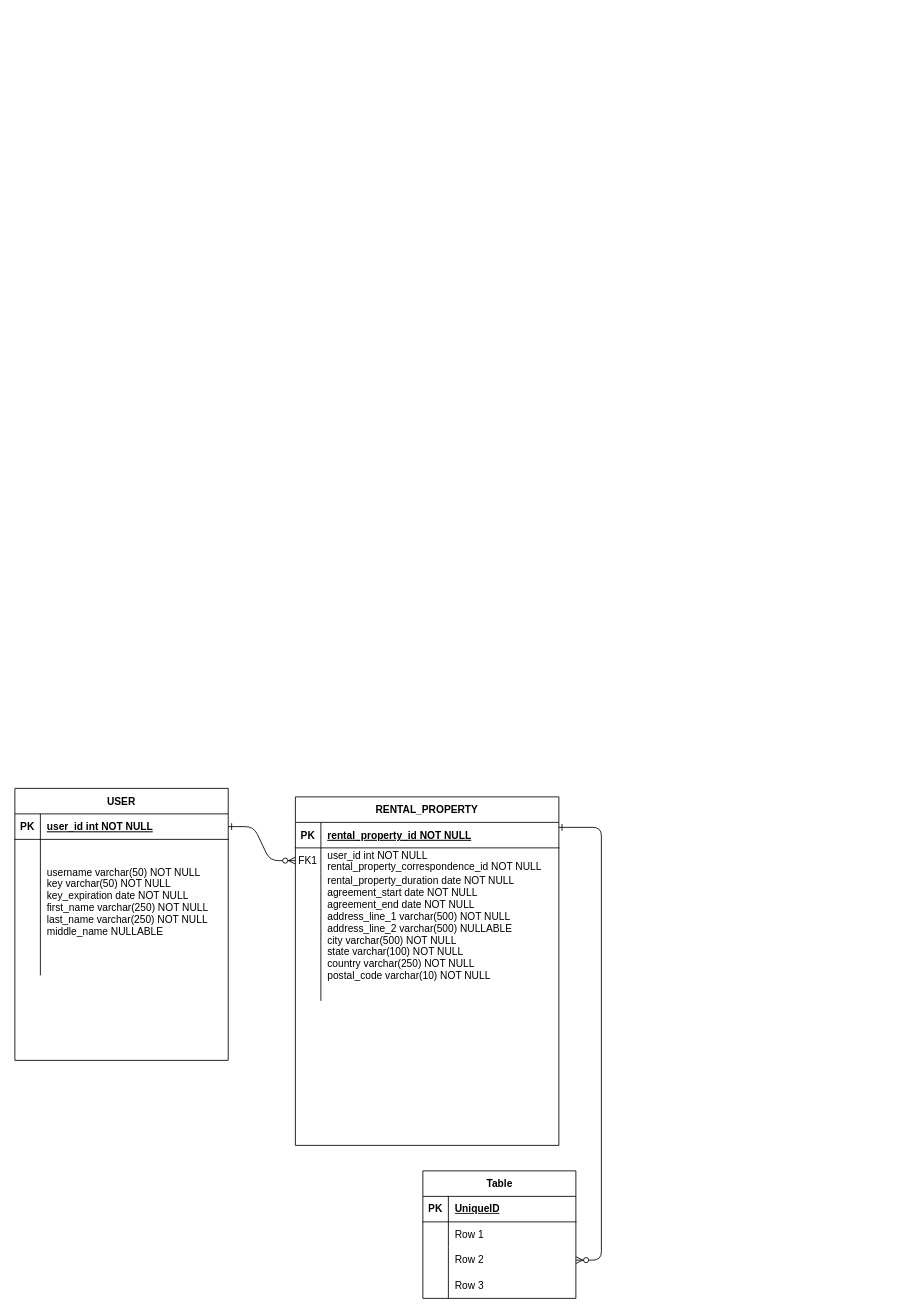
Earlier version of the draw.io diagram rental-a-place-database.drawio (VijayVaidnath/rental-app). Source tidied: cells renumbered, new cells numbered last; positions are measured from the earlier drawing's top-left corner, leaving out a move shared by most shapes. Both pictures are drawn from the tidied source at 85%, with x=0, y=0 at pixel (14, 788).
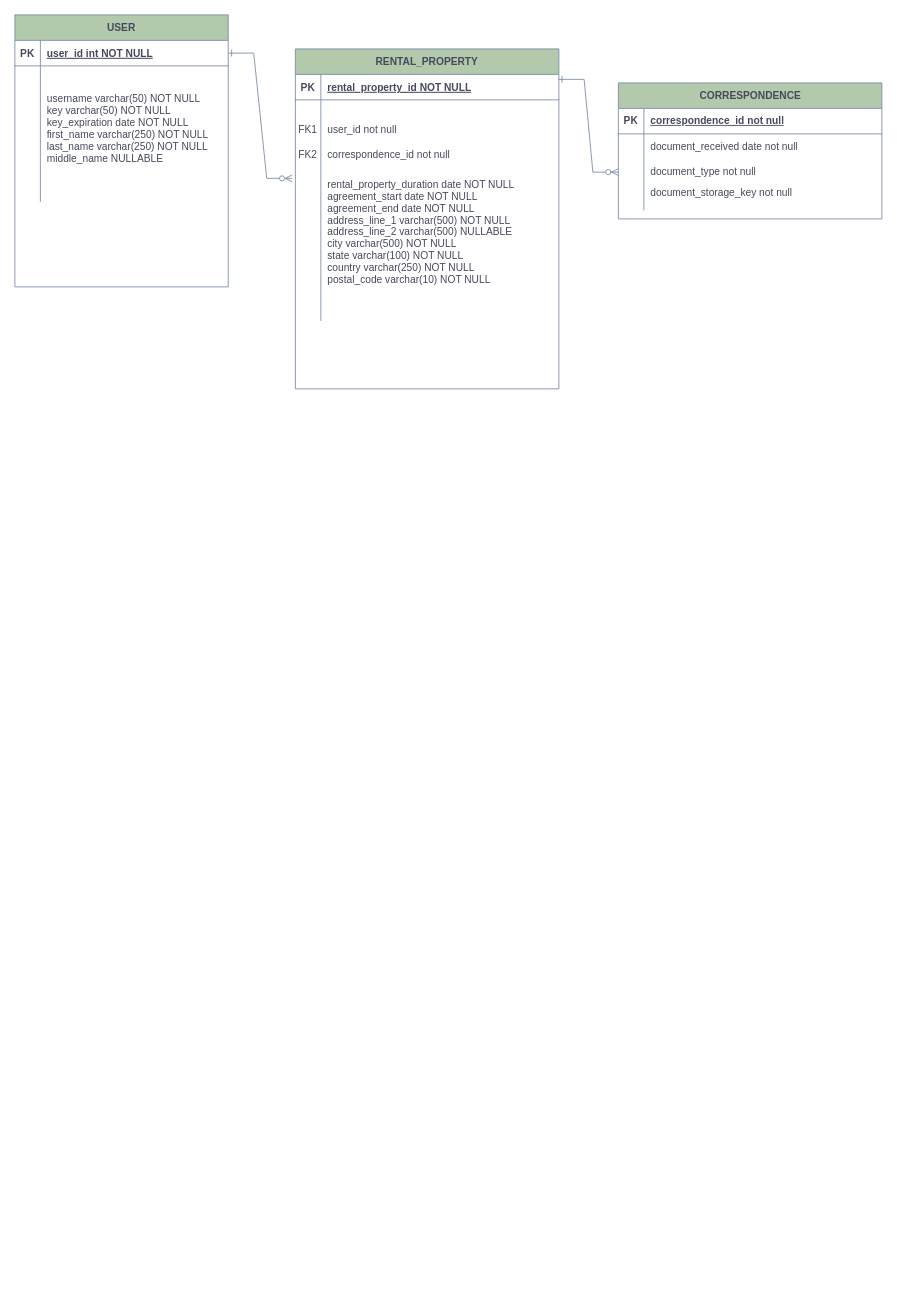
After the change.

What changed in the source:
```diff
@@
-    <mxCell id="2" style="edgeStyle=entityRelationEdgeStyle;endArrow=ERzeroToMany;startArrow=ERone;endFill=1;startFill=0;" parent="1" edge="1" source="14" target="7">
+    <mxCell id="2" style="edgeStyle=entityRelationEdgeStyle;endArrow=ERzeroToMany;startArrow=ERone;endFill=1;startFill=0;rounded=0;labelBackgroundColor=none;strokeColor=#788AA3;fontColor=default;entryX=-0.012;entryY=0.082;entryDx=0;entryDy=0;entryPerimeter=0;" parent="1" edge="1" source="14" target="10">
       <mxGeometry relative="1" as="geometry" />
     </mxCell>
-    <mxCell id="3" value="RENTAL_PROPERTY" style="shape=table;startSize=30;childLayout=tableLayout;rowLines=0;fontStyle=1;align=center;" parent="1" vertex="1">
-      <mxGeometry x="330" y="10" width="310" height="410" as="geometry" />
-    </mxCell>
-    <mxCell id="4" style="shape=partialRectangle;fillColor=none;points=[[0,0.5],[1,0.5]];portConstraint=eastwest;top=0;left=0;right=0;bottom=1;" parent="3" vertex="1">
-      <mxGeometry y="30" width="310" height="30" as="geometry" />
-    </mxCell>
-    <mxCell id="5" value="PK" style="shape=partialRectangle;overflow=hidden;fillColor=none;top=0;left=0;bottom=0;right=0;fontStyle=1;" parent="4" vertex="1">
-      <mxGeometry width="30" height="30" as="geometry" />
-    </mxCell>
-    <mxCell id="6" value="rental_property_id NOT NULL " style="shape=partialRectangle;overflow=hidden;fillColor=none;top=0;left=0;bottom=0;right=0;align=left;spacingLeft=6;fontStyle=5;" parent="4" vertex="1">
-      <mxGeometry x="30" width="280" height="30" as="geometry" />
-    </mxCell>
-    <mxCell id="7" style="shape=partialRectangle;fillColor=none;points=[[0,0.5],[1,0.5]];portConstraint=eastwest;top=0;left=0;right=0;bottom=0;" parent="3" vertex="1">
-      <mxGeometry y="60" width="310" height="30" as="geometry" />
-    </mxCell>
-    <mxCell id="8" value="FK1" style="shape=partialRectangle;overflow=hidden;fillColor=none;top=0;left=0;bottom=0;right=0;" parent="7" vertex="1">
-      <mxGeometry width="30" height="30" as="geometry" />
-    </mxCell>
-    <mxCell id="9" value="user_id int NOT NULL&#10;rental_property_correspondence_id NOT NULL" style="shape=partialRectangle;overflow=hidden;fillColor=none;top=0;left=0;bottom=0;right=0;align=left;spacingLeft=6;" parent="7" vertex="1">
-      <mxGeometry x="30" width="280" height="30" as="geometry" />
-    </mxCell>
-    <mxCell id="10" style="shape=partialRectangle;fillColor=none;points=[[0,0.5],[1,0.5]];portConstraint=eastwest;top=0;left=0;right=0;bottom=0;" parent="3" vertex="1">
-      <mxGeometry y="90" width="310" height="150" as="geometry" />
-    </mxCell>
-    <mxCell id="11" style="shape=partialRectangle;overflow=hidden;fillColor=none;top=0;left=0;bottom=0;right=0;" parent="10" vertex="1">
-      <mxGeometry width="30" height="150" as="geometry" />
-    </mxCell>
-    <mxCell id="12" value="rental_property_duration date NOT NULL&#10;agreement_start date NOT NULL&#10;agreement_end date NOT NULL&#10;address_line_1 varchar(500) NOT NULL&#10;address_line_2 varchar(500) NULLABLE&#10;city varchar(500) NOT NULL&#10;state varchar(100) NOT NULL&#10;country varchar(250) NOT NULL&#10;postal_code varchar(10) NOT NULL&#10;&#10;&#10;" style="shape=partialRectangle;overflow=hidden;fillColor=none;top=0;left=0;bottom=0;right=0;align=left;spacingLeft=6;" parent="10" vertex="1">
-      <mxGeometry x="30" width="280" height="150" as="geometry" />
-    </mxCell>
-    <mxCell id="13" value="USER" style="shape=table;startSize=30;childLayout=tableLayout;rowLines=0;fontStyle=1;align=center;" parent="1" vertex="1">
-      <mxGeometry width="251" height="320" as="geometry" />
+    <mxCell id="13" value="USER" style="shape=table;startSize=30;childLayout=tableLayout;rowLines=0;fontStyle=1;align=center;fillColor=#B2C9AB;strokeColor=#788AA3;swimlaneFillColor=default;rounded=0;labelBackgroundColor=none;fontColor=#46495D;" parent="1" vertex="1">
+      <mxGeometry y="-910" width="251" height="320" as="geometry" />
     </mxCell>
-    <mxCell id="14" style="shape=partialRectangle;fillColor=none;points=[[0,0.5],[1,0.5]];portConstraint=eastwest;top=0;left=0;right=0;bottom=1;" parent="13" vertex="1">
+    <mxCell id="14" style="shape=partialRectangle;fillColor=none;points=[[0,0.5],[1,0.5]];portConstraint=eastwest;top=0;left=0;right=0;bottom=1;rounded=0;labelBackgroundColor=none;strokeColor=#788AA3;fontColor=#46495D;" parent="13" vertex="1">
       <mxGeometry y="30" width="251" height="30" as="geometry" />
     </mxCell>
-    <mxCell id="15" value="PK" style="shape=partialRectangle;overflow=hidden;fillColor=none;top=0;left=0;bottom=0;right=0;fontStyle=1;" parent="14" vertex="1">
+    <mxCell id="15" value="PK" style="shape=partialRectangle;overflow=hidden;fillColor=none;top=0;left=0;bottom=0;right=0;fontStyle=1;rounded=0;labelBackgroundColor=none;strokeColor=#788AA3;fontColor=#46495D;" parent="14" vertex="1">
       <mxGeometry width="30" height="30" as="geometry" />
     </mxCell>
-    <mxCell id="16" value="user_id int NOT NULL " style="shape=partialRectangle;overflow=hidden;fillColor=none;top=0;left=0;bottom=0;right=0;align=left;spacingLeft=6;fontStyle=5;" parent="14" vertex="1">
+    <mxCell id="16" value="user_id int NOT NULL " style="shape=partialRectangle;overflow=hidden;fillColor=none;top=0;left=0;bottom=0;right=0;align=left;spacingLeft=6;fontStyle=5;rounded=0;labelBackgroundColor=none;strokeColor=#788AA3;fontColor=#46495D;" parent="14" vertex="1">
       <mxGeometry x="30" width="221" height="30" as="geometry" />
     </mxCell>
-    <mxCell id="17" style="shape=partialRectangle;fillColor=none;top=0;left=0;right=0;bottom=0;" parent="13" vertex="1">
+    <mxCell id="17" style="shape=partialRectangle;fillColor=none;top=0;left=0;right=0;bottom=0;rounded=0;labelBackgroundColor=none;strokeColor=#788AA3;fontColor=#46495D;" parent="13" vertex="1">
       <mxGeometry y="60" width="251" height="160" as="geometry" />
     </mxCell>
-    <mxCell id="18" style="shape=partialRectangle;overflow=hidden;fillColor=none;top=0;left=0;bottom=0;right=0;" parent="17" vertex="1">
+    <mxCell id="18" style="shape=partialRectangle;overflow=hidden;fillColor=none;top=0;left=0;bottom=0;right=0;rounded=0;labelBackgroundColor=none;strokeColor=#788AA3;fontColor=#46495D;" parent="17" vertex="1">
       <mxGeometry width="30" height="160" as="geometry" />
     </mxCell>
-    <mxCell id="19" value="username varchar(50) NOT NULL&#10;key varchar(50) NOT NULL&#10;key_expiration date NOT NULL&#10;first_name varchar(250) NOT NULL&#10;last_name varchar(250) NOT NULL&#10;middle_name NULLABLE&#10;" style="shape=partialRectangle;overflow=hidden;fillColor=none;top=0;left=0;bottom=0;right=0;align=left;spacingLeft=6;" parent="17" vertex="1">
+    <mxCell id="19" value="username varchar(50) NOT NULL&#10;key varchar(50) NOT NULL&#10;key_expiration date NOT NULL&#10;first_name varchar(250) NOT NULL&#10;last_name varchar(250) NOT NULL&#10;middle_name NULLABLE&#10;" style="shape=partialRectangle;overflow=hidden;fillColor=none;top=0;left=0;bottom=0;right=0;align=left;spacingLeft=6;rounded=0;labelBackgroundColor=none;strokeColor=#788AA3;fontColor=#46495D;" parent="17" vertex="1">
       <mxGeometry x="30" width="221" height="160" as="geometry" />
     </mxCell>
-    <mxCell id="20" value="Table" style="shape=table;startSize=30;childLayout=tableLayout;rowLines=0;fontStyle=1;align=center;html=1;" parent="1" vertex="1">
-      <mxGeometry x="480" y="450" width="180" height="150" as="geometry" />
+    <mxCell id="20" value="CORRESPONDENCE" style="shape=table;startSize=30;childLayout=tableLayout;rowLines=0;fontStyle=1;align=center;html=1;fillColor=#B2C9AB;strokeColor=#788AA3;swimlaneFillColor=default;rounded=0;labelBackgroundColor=none;fontColor=#46495D;" parent="1" vertex="1">
+      <mxGeometry x="710" y="-830" width="310" height="160" as="geometry" />
     </mxCell>
-    <mxCell id="21" style="shape=tableRow;horizontal=0;startSize=0;swimlaneHead=0;swimlaneBody=0;fillColor=none;top=0;left=0;right=0;bottom=1;" parent="20" vertex="1">
-      <mxGeometry y="30" width="180" height="30" as="geometry" />
+    <mxCell id="21" style="shape=tableRow;horizontal=0;startSize=0;swimlaneHead=0;swimlaneBody=0;fillColor=none;top=0;left=0;right=0;bottom=1;rounded=0;labelBackgroundColor=none;strokeColor=#788AA3;fontColor=#46495D;" parent="20" vertex="1">
+      <mxGeometry y="30" width="310" height="30" as="geometry" />
     </mxCell>
-    <mxCell id="22" value="PK" style="shape=partialRectangle;fillColor=none;top=0;left=0;bottom=0;right=0;fontStyle=1;overflow=hidden;whiteSpace=wrap;html=1;" parent="21" vertex="1">
+    <mxCell id="22" value="PK" style="shape=partialRectangle;fillColor=none;top=0;left=0;bottom=0;right=0;fontStyle=1;overflow=hidden;whiteSpace=wrap;html=1;rounded=0;labelBackgroundColor=none;strokeColor=#788AA3;fontColor=#46495D;" parent="21" vertex="1">
       <mxGeometry width="30" height="30" as="geometry" />
     </mxCell>
-    <mxCell id="23" value="UniqueID" style="shape=partialRectangle;fillColor=none;top=0;left=0;bottom=0;right=0;align=left;spacingLeft=6;fontStyle=5;overflow=hidden;whiteSpace=wrap;html=1;" parent="21" vertex="1">
-      <mxGeometry x="30" width="150" height="30" as="geometry" />
+    <mxCell id="23" value="correspondence_id not null" style="shape=partialRectangle;fillColor=none;top=0;left=0;bottom=0;right=0;align=left;spacingLeft=6;fontStyle=5;overflow=hidden;whiteSpace=wrap;html=1;rounded=0;labelBackgroundColor=none;strokeColor=#788AA3;fontColor=#46495D;" parent="21" vertex="1">
+      <mxGeometry x="30" width="280" height="30" as="geometry" />
     </mxCell>
-    <mxCell id="24" style="shape=tableRow;horizontal=0;startSize=0;swimlaneHead=0;swimlaneBody=0;fillColor=none;top=0;left=0;right=0;bottom=0;" parent="20" vertex="1">
-      <mxGeometry y="60" width="180" height="30" as="geometry" />
+    <mxCell id="24" style="shape=tableRow;horizontal=0;startSize=0;swimlaneHead=0;swimlaneBody=0;fillColor=none;top=0;left=0;right=0;bottom=0;rounded=0;labelBackgroundColor=none;strokeColor=#788AA3;fontColor=#46495D;" parent="20" vertex="1">
+      <mxGeometry y="60" width="310" height="30" as="geometry" />
     </mxCell>
-    <mxCell id="25" style="shape=partialRectangle;fillColor=none;top=0;left=0;bottom=0;right=0;overflow=hidden;whiteSpace=wrap;html=1;" parent="24" vertex="1">
+    <mxCell id="25" style="shape=partialRectangle;fillColor=none;top=0;left=0;bottom=0;right=0;overflow=hidden;whiteSpace=wrap;html=1;rounded=0;labelBackgroundColor=none;strokeColor=#788AA3;fontColor=#46495D;" parent="24" vertex="1">
       <mxGeometry width="30" height="30" as="geometry" />
     </mxCell>
-    <mxCell id="26" value="Row 1" style="shape=partialRectangle;fillColor=none;top=0;left=0;bottom=0;right=0;align=left;spacingLeft=6;overflow=hidden;whiteSpace=wrap;html=1;" parent="24" vertex="1">
-      <mxGeometry x="30" width="150" height="30" as="geometry" />
+    <mxCell id="26" value="document_received date not null" style="shape=partialRectangle;fillColor=none;top=0;left=0;bottom=0;right=0;align=left;spacingLeft=6;overflow=hidden;whiteSpace=wrap;html=1;rounded=0;labelBackgroundColor=none;strokeColor=#788AA3;fontColor=#46495D;" parent="24" vertex="1">
+      <mxGeometry x="30" width="280" height="30" as="geometry" />
     </mxCell>
-    <mxCell id="27" style="shape=tableRow;horizontal=0;startSize=0;swimlaneHead=0;swimlaneBody=0;fillColor=none;points=[[0,0.5],[1,0.5]];portConstraint=eastwest;top=0;left=0;right=0;bottom=0;" parent="20" vertex="1">
-      <mxGeometry y="90" width="180" height="30" as="geometry" />
+    <mxCell id="27" style="shape=tableRow;horizontal=0;startSize=0;swimlaneHead=0;swimlaneBody=0;fillColor=none;points=[[0,0.5],[1,0.5]];portConstraint=eastwest;top=0;left=0;right=0;bottom=0;rounded=0;labelBackgroundColor=none;strokeColor=#788AA3;fontColor=#46495D;" parent="20" vertex="1">
+      <mxGeometry y="90" width="310" height="30" as="geometry" />
     </mxCell>
-    <mxCell id="28" style="shape=partialRectangle;fillColor=none;top=0;left=0;bottom=0;right=0;overflow=hidden;whiteSpace=wrap;html=1;" parent="27" vertex="1">
+    <mxCell id="28" style="shape=partialRectangle;fillColor=none;top=0;left=0;bottom=0;right=0;overflow=hidden;whiteSpace=wrap;html=1;rounded=0;labelBackgroundColor=none;strokeColor=#788AA3;fontColor=#46495D;" parent="27" vertex="1">
       <mxGeometry width="30" height="30" as="geometry" />
     </mxCell>
-    <mxCell id="29" value="Row 2" style="shape=partialRectangle;fillColor=none;top=0;left=0;bottom=0;right=0;align=left;spacingLeft=6;overflow=hidden;whiteSpace=wrap;html=1;" parent="27" vertex="1">
-      <mxGeometry x="30" width="150" height="30" as="geometry" />
+    <mxCell id="29" value="document_type not null" style="shape=partialRectangle;fillColor=none;top=0;left=0;bottom=0;right=0;align=left;spacingLeft=6;overflow=hidden;whiteSpace=wrap;html=1;rounded=0;labelBackgroundColor=none;strokeColor=#788AA3;fontColor=#46495D;" parent="27" vertex="1">
+      <mxGeometry x="30" width="280" height="30" as="geometry" />
     </mxCell>
-    <mxCell id="30" style="shape=tableRow;horizontal=0;startSize=0;swimlaneHead=0;swimlaneBody=0;fillColor=none;top=0;left=0;right=0;bottom=0;" parent="20" vertex="1">
-      <mxGeometry y="120" width="180" height="30" as="geometry" />
+    <mxCell id="30" style="shape=tableRow;horizontal=0;startSize=0;swimlaneHead=0;swimlaneBody=0;fillColor=none;top=0;left=0;right=0;bottom=0;rounded=0;labelBackgroundColor=none;strokeColor=#788AA3;fontColor=#46495D;" parent="20" vertex="1">
+      <mxGeometry y="120" width="310" height="30" as="geometry" />
     </mxCell>
-    <mxCell id="31" style="shape=partialRectangle;fillColor=none;top=0;left=0;bottom=0;right=0;overflow=hidden;whiteSpace=wrap;html=1;" parent="30" vertex="1">
+    <mxCell id="31" style="shape=partialRectangle;fillColor=none;top=0;left=0;bottom=0;right=0;overflow=hidden;whiteSpace=wrap;html=1;rounded=0;labelBackgroundColor=none;strokeColor=#788AA3;fontColor=#46495D;" parent="30" vertex="1">
       <mxGeometry width="30" height="30" as="geometry" />
     </mxCell>
-    <mxCell id="32" value="Row 3" style="shape=partialRectangle;fillColor=none;top=0;left=0;bottom=0;right=0;align=left;spacingLeft=6;overflow=hidden;whiteSpace=wrap;html=1;" parent="30" vertex="1">
-      <mxGeometry x="30" width="150" height="30" as="geometry" />
+    <mxCell id="32" value="&lt;div&gt;document_storage_key not null&lt;/div&gt;&lt;div&gt;&lt;br&gt;&lt;/div&gt;&lt;div&gt;&lt;br&gt;&lt;/div&gt;" style="shape=partialRectangle;fillColor=none;top=0;left=0;bottom=0;right=0;align=left;spacingLeft=6;overflow=hidden;whiteSpace=wrap;html=1;rounded=0;labelBackgroundColor=none;strokeColor=#788AA3;fontColor=#46495D;" parent="30" vertex="1">
+      <mxGeometry x="30" width="280" height="30" as="geometry" />
     </mxCell>
-    <mxCell id="33" style="edgeStyle=entityRelationEdgeStyle;endArrow=ERzeroToMany;startArrow=ERone;endFill=1;startFill=0;exitX=0.999;exitY=0.196;exitDx=0;exitDy=0;exitPerimeter=0;" parent="1" edge="1" source="4" target="27">
+    <mxCell id="33" style="edgeStyle=entityRelationEdgeStyle;endArrow=ERzeroToMany;startArrow=ERone;endFill=1;startFill=0;exitX=0.999;exitY=0.196;exitDx=0;exitDy=0;exitPerimeter=0;rounded=0;labelBackgroundColor=none;strokeColor=#788AA3;fontColor=default;" parent="1" edge="1" source="4" target="27">
       <mxGeometry relative="1" as="geometry">
         <Array as="points">
           <mxPoint x="490" y="420" />
           <mxPoint x="690" y="330" />
           <mxPoint x="410" y="380" />
           <mxPoint x="470" y="430" />
         </Array>
       </mxGeometry>
     </mxCell>
+    <mxCell id="3" value="RENTAL_PROPERTY" style="shape=table;startSize=30;childLayout=tableLayout;rowLines=0;fontStyle=1;align=center;fillColor=#B2C9AB;strokeColor=#788AA3;rounded=0;labelBackgroundColor=none;fontColor=#46495D;" parent="1" vertex="1">
+      <mxGeometry x="330" y="-870" width="310" height="400" as="geometry" />
+    </mxCell>
+    <mxCell id="4" style="shape=partialRectangle;fillColor=none;points=[[0,0.5],[1,0.5]];portConstraint=eastwest;top=0;left=0;right=0;bottom=1;rounded=0;labelBackgroundColor=none;strokeColor=#788AA3;fontColor=#46495D;" parent="3" vertex="1">
+      <mxGeometry y="30" width="310" height="30" as="geometry" />
+    </mxCell>
+    <mxCell id="5" value="PK" style="shape=partialRectangle;overflow=hidden;fillColor=none;top=0;left=0;bottom=0;right=0;fontStyle=1;rounded=0;labelBackgroundColor=none;strokeColor=#788AA3;fontColor=#46495D;" parent="4" vertex="1">
+      <mxGeometry width="30" height="30" as="geometry" />
+    </mxCell>
+    <mxCell id="6" value="rental_property_id NOT NULL " style="shape=partialRectangle;overflow=hidden;fillColor=none;top=0;left=0;bottom=0;right=0;align=left;spacingLeft=6;fontStyle=5;rounded=0;labelBackgroundColor=none;strokeColor=#788AA3;fontColor=#46495D;" parent="4" vertex="1">
+      <mxGeometry x="30" width="280" height="30" as="geometry" />
+    </mxCell>
+    <mxCell id="7" style="shape=partialRectangle;fillColor=none;points=[[0,0.5],[1,0.5]];portConstraint=eastwest;top=0;left=0;right=0;bottom=0;rounded=0;labelBackgroundColor=none;strokeColor=#788AA3;fontColor=#46495D;" parent="3" vertex="1">
+      <mxGeometry y="60" width="310" height="20" as="geometry" />
+    </mxCell>
+    <mxCell id="8" style="shape=partialRectangle;overflow=hidden;fillColor=none;top=0;left=0;bottom=0;right=0;rounded=0;labelBackgroundColor=none;strokeColor=#788AA3;fontColor=#46495D;fontSize=12;" parent="7" vertex="1">
+      <mxGeometry width="30" height="20" as="geometry" />
+    </mxCell>
+    <mxCell id="9" style="shape=partialRectangle;overflow=hidden;fillColor=none;top=0;left=0;bottom=0;right=0;align=left;spacingLeft=6;rounded=0;labelBackgroundColor=none;strokeColor=#788AA3;fontColor=#46495D;" parent="7" vertex="1">
+      <mxGeometry x="30" width="280" height="20" as="geometry" />
+    </mxCell>
+    <mxCell id="34" style="shape=tableRow;horizontal=0;startSize=0;swimlaneHead=0;swimlaneBody=0;fillColor=none;top=0;left=0;right=0;bottom=0;strokeColor=#788AA3;fontColor=#46495D;" parent="3" vertex="1">
+      <mxGeometry y="80" width="310" height="30" as="geometry" />
+    </mxCell>
+    <mxCell id="35" value="FK1" style="shape=partialRectangle;fillColor=none;top=0;left=0;bottom=0;right=0;fontStyle=0;overflow=hidden;whiteSpace=wrap;html=1;strokeColor=#788AA3;fontColor=#46495D;" parent="34" vertex="1">
+      <mxGeometry width="30" height="30" as="geometry" />
+    </mxCell>
+    <mxCell id="36" value="user_id not null" style="shape=partialRectangle;fillColor=none;top=0;left=0;bottom=0;right=0;align=left;spacingLeft=6;fontStyle=0;overflow=hidden;whiteSpace=wrap;html=1;strokeColor=#788AA3;fontColor=#46495D;" parent="34" vertex="1">
+      <mxGeometry x="30" width="280" height="30" as="geometry" />
+    </mxCell>
+    <mxCell id="37" style="shape=tableRow;horizontal=0;startSize=0;swimlaneHead=0;swimlaneBody=0;fillColor=none;top=0;left=0;right=0;bottom=0;strokeColor=#788AA3;fontColor=#46495D;" parent="3" vertex="1">
+      <mxGeometry y="110" width="310" height="30" as="geometry" />
+    </mxCell>
+    <mxCell id="38" value="FK2" style="shape=partialRectangle;fillColor=none;top=0;left=0;bottom=0;right=0;fontStyle=0;overflow=hidden;whiteSpace=wrap;html=1;strokeColor=#788AA3;fontColor=#46495D;" parent="37" vertex="1">
+      <mxGeometry width="30" height="30" as="geometry" />
+    </mxCell>
+    <mxCell id="39" value="correspondence_id not null&amp;nbsp;&amp;nbsp;" style="shape=partialRectangle;fillColor=none;top=0;left=0;bottom=0;right=0;align=left;spacingLeft=6;fontStyle=0;overflow=hidden;whiteSpace=wrap;html=1;strokeColor=#788AA3;fontColor=#46495D;" parent="37" vertex="1">
+      <mxGeometry x="30" width="280" height="30" as="geometry" />
+    </mxCell>
+    <mxCell id="10" style="shape=partialRectangle;fillColor=none;points=[[0,0.5],[1,0.5]];portConstraint=eastwest;top=0;left=0;right=0;bottom=0;rounded=0;labelBackgroundColor=none;strokeColor=#788AA3;fontColor=#46495D;" parent="3" vertex="1">
+      <mxGeometry y="140" width="310" height="150" as="geometry" />
+    </mxCell>
+    <mxCell id="11" style="shape=partialRectangle;overflow=hidden;fillColor=none;top=0;left=0;bottom=0;right=0;rounded=0;labelBackgroundColor=none;strokeColor=#788AA3;fontColor=#46495D;" parent="10" vertex="1">
+      <mxGeometry width="30" height="150" as="geometry" />
+    </mxCell>
+    <mxCell id="12" value="rental_property_duration date NOT NULL&#10;agreement_start date NOT NULL&#10;agreement_end date NOT NULL&#10;address_line_1 varchar(500) NOT NULL&#10;address_line_2 varchar(500) NULLABLE&#10;city varchar(500) NOT NULL&#10;state varchar(100) NOT NULL&#10;country varchar(250) NOT NULL&#10;postal_code varchar(10) NOT NULL" style="shape=partialRectangle;overflow=hidden;fillColor=none;top=0;left=0;bottom=0;right=0;align=left;spacingLeft=6;rounded=0;labelBackgroundColor=none;strokeColor=#788AA3;fontColor=#46495D;" parent="10" vertex="1">
+      <mxGeometry x="30" width="280" height="150" as="geometry" />
+    </mxCell>
+    <mxCell id="40" style="shape=tableRow;horizontal=0;startSize=0;swimlaneHead=0;swimlaneBody=0;fillColor=none;top=0;left=0;right=0;bottom=0;strokeColor=#788AA3;fontColor=#46495D;" parent="3" vertex="1">
+      <mxGeometry y="290" width="310" height="30" as="geometry" />
+    </mxCell>
+    <mxCell id="41" style="shape=partialRectangle;fillColor=none;top=0;left=0;bottom=0;right=0;fontStyle=0;overflow=hidden;whiteSpace=wrap;html=1;strokeColor=#788AA3;fontColor=#46495D;" parent="40" vertex="1">
+      <mxGeometry width="30" height="30" as="geometry" />
+    </mxCell>
+    <mxCell id="42" style="shape=partialRectangle;fillColor=none;top=0;left=0;bottom=0;right=0;align=left;spacingLeft=6;fontStyle=0;overflow=hidden;whiteSpace=wrap;html=1;strokeColor=#788AA3;fontColor=#46495D;" parent="40" vertex="1">
+      <mxGeometry x="30" width="280" height="30" as="geometry" />
+    </mxCell>
```
